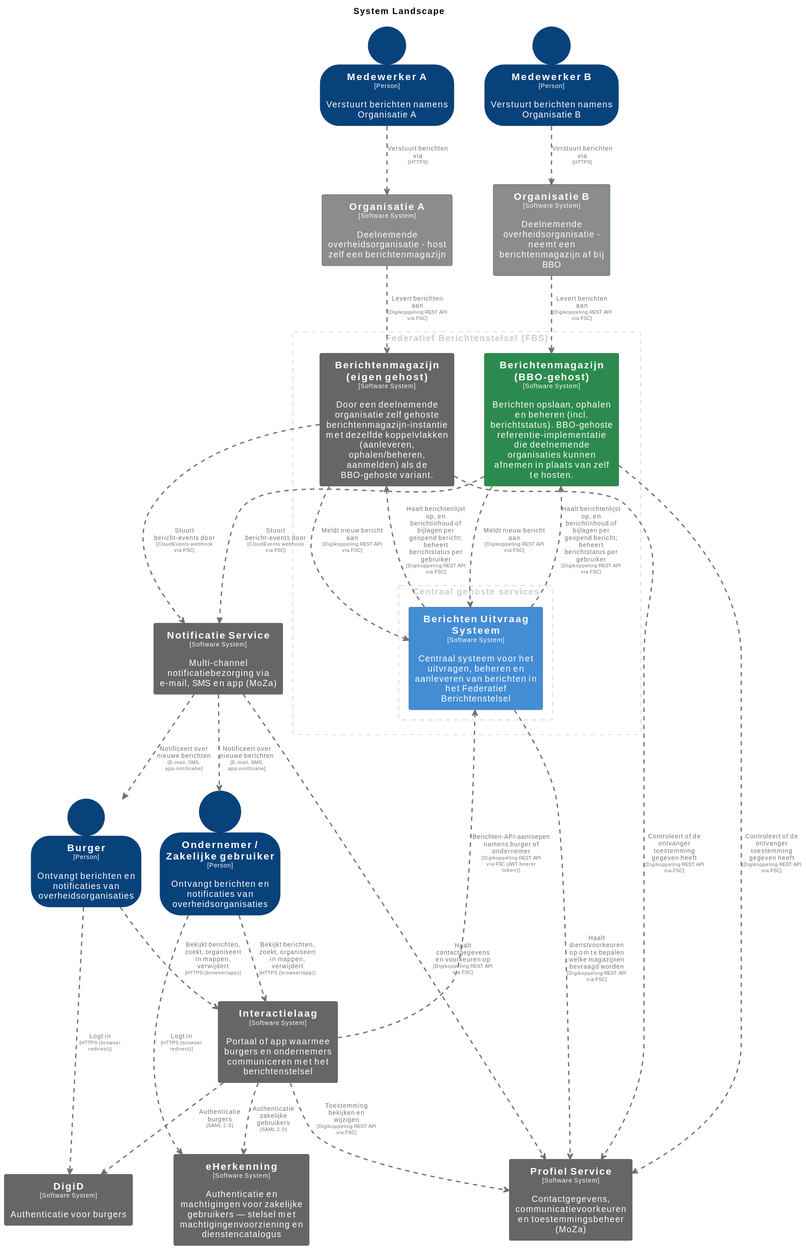
This is pr-preview/pr-361/master/svg/SystemLandscape.svg from MinBZK/moza-poc-fbs-berichtenbox, a PlantUML export, as it was before one commit. Its source is kept beside it as pr-preview/pr-361/master/puml/SystemLandscape.puml.
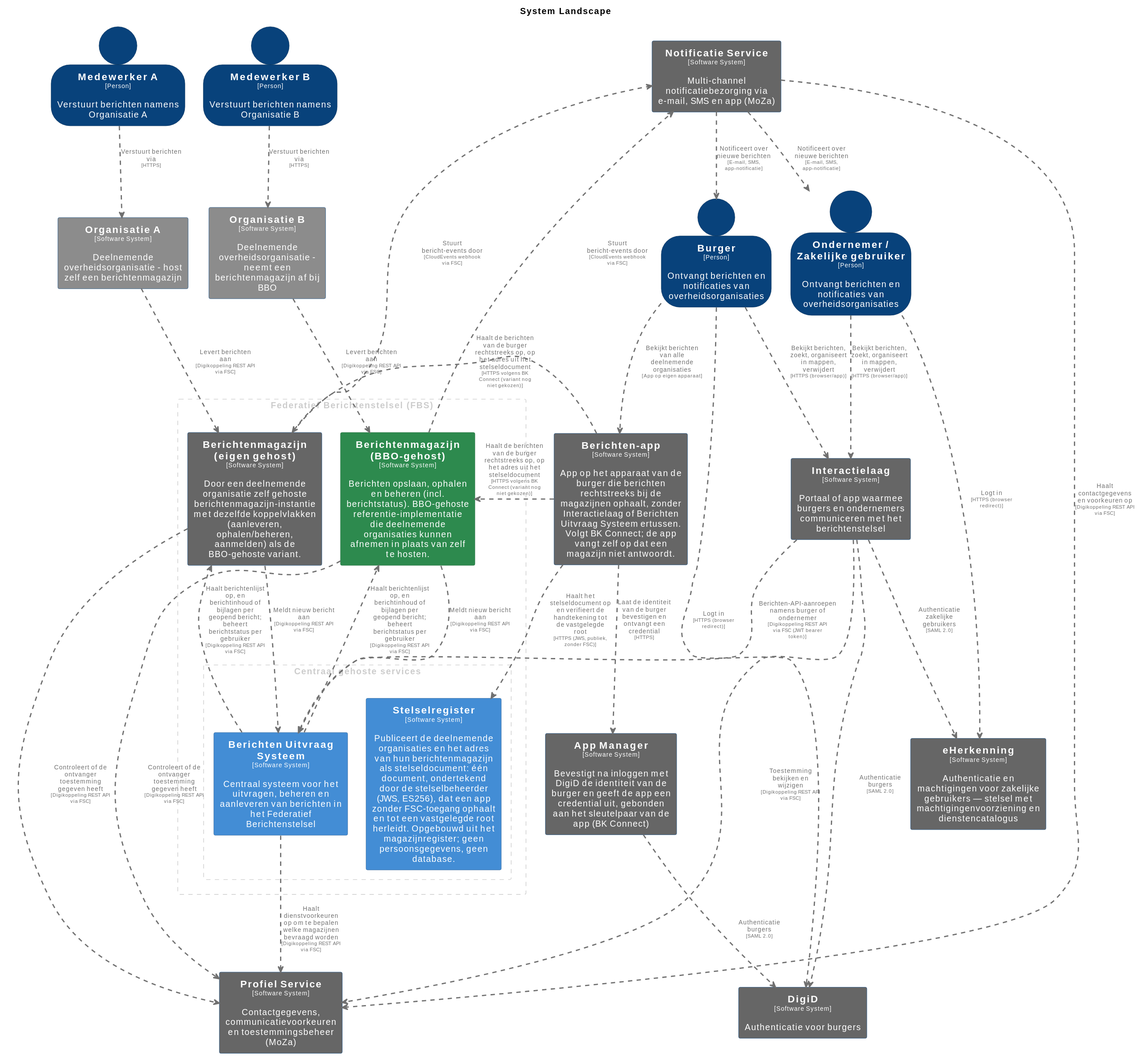
After the change.

What changed in the source:
```diff
@@ -15,10 +15,22 @@
 
 hide stereotype
 
+skinparam rectangle<<AppManager>> {
+  BackgroundColor #666666
+  FontColor #ffffff
+  BorderColor #0b4884
+  shadowing false
+}
 skinparam rectangle<<BerichtenUitvraagSysteem>> {
   BackgroundColor #438dd5
   FontColor #ffffff
   BorderColor #2e6295
+  shadowing false
+}
+skinparam rectangle<<Berichtenapp>> {
+  BackgroundColor #666666
+  FontColor #ffffff
+  BorderColor #0b4884
   shadowing false
 }
 skinparam rectangle<<BerichtenmagazijnBBOgehost>> {
@@ -93,6 +105,12 @@
   BorderColor #0b4884
   shadowing false
 }
+skinparam rectangle<<Stelselregister>> {
+  BackgroundColor #438dd5
+  FontColor #ffffff
+  BorderColor #2e6295
+  shadowing false
+}
 skinparam rectangle<<eHerkenning>> {
   BackgroundColor #666666
   FontColor #ffffff
@@ -113,12 +131,14 @@
       skinparam RectangleBorderStyle<<group2>> dashed
 
       rectangle "==Berichten Uitvraag Systeem\n<size:10>[Software System]</size>\n\nCentraal systeem voor het uitvragen, beheren en aanleveren van berichten in het Federatief Berichtenstelsel" <<BerichtenUitvraagSysteem>> as BerichtenUitvraagSysteem
+      rectangle "==Stelselregister\n<size:10>[Software System]</size>\n\nPubliceert de deelnemende organisaties en het adres van hun berichtenmagazijn als stelseldocument: één document, ondertekend door de stelselbeheerder (JWS, ES256), dat een app zonder FSC-toegang ophaalt en tot een vastgelegde root herleidt. Opgebouwd uit het magazijnregister; geen persoonsgegevens, geen database." <<Stelselregister>> as Stelselregister
     }
 
 }
 
 person "==Burger\n<size:10>[Person]</size>\n\nOntvangt berichten en notificaties van overheidsorganisaties" <<Burger>> as Burger
 rectangle "==Organisatie A\n<size:10>[Software System]</size>\n\nDeelnemende overheidsorganisatie - host zelf een berichtenmagazijn" <<OrganisatieA>> as OrganisatieA
+rectangle "==App Manager\n<size:10>[Software System]</size>\n\nBevestigt na inloggen met DigiD de identiteit van de burger en geeft de app een credential uit, gebonden aan het sleutelpaar van de app (BK Connect)" <<AppManager>> as AppManager
 rectangle "==Organisatie B\n<size:10>[Software System]</size>\n\nDeelnemende overheidsorganisatie - neemt een berichtenmagazijn af bij BBO" <<OrganisatieB>> as OrganisatieB
 person "==Ondernemer / Zakelijke gebruiker\n<size:10>[Person]</size>\n\nOntvangt berichten en notificaties van overheidsorganisaties" <<OndernemerZakelijkegebruiker>> as OndernemerZakelijkegebruiker
 person "==Medewerker A\n<size:10>[Person]</size>\n\nVerstuurt berichten namens Organisatie A" <<MedewerkerA>> as MedewerkerA
@@ -128,6 +148,7 @@
 rectangle "==Interactielaag\n<size:10>[Software System]</size>\n\nPortaal of app waarmee burgers en ondernemers communiceren met het berichtenstelsel" <<Interactielaag>> as Interactielaag
 rectangle "==eHerkenning\n<size:10>[Software System]</size>\n\nAuthenticatie en machtigingen voor zakelijke gebruikers — stelsel met machtigingenvoorziening en dienstencatalogus" <<eHerkenning>> as eHerkenning
 rectangle "==DigiD\n<size:10>[Software System]</size>\n\nAuthenticatie voor burgers" <<DigiD>> as DigiD
+rectangle "==Berichten-app\n<size:10>[Software System]</size>\n\nApp op het apparaat van de burger die berichten rechtstreeks bij de magazijnen ophaalt, zonder Interactielaag of Berichten Uitvraag Systeem ertussen. Volgt BK Connect; de app vangt zelf op dat een magazijn niet antwoordt." <<Berichtenapp>> as Berichtenapp
 
 MedewerkerA .[#707070,thickness=2].> OrganisatieA : "<color:#707070>Verstuurt berichten via\n<color:#707070><size:8>[HTTPS]</size>"
 MedewerkerB .[#707070,thickness=2].> OrganisatieB : "<color:#707070>Verstuurt berichten via\n<color:#707070><size:8>[HTTPS]</size>"
@@ -141,6 +162,12 @@
 Interactielaag .[#707070,thickness=2].> ProfielService : "<color:#707070>Toestemming bekijken en wijzigen\n<color:#707070><size:8>[Digikoppeling REST API via FSC]</size>"
 Interactielaag .[#707070,thickness=2].> DigiD : "<color:#707070>Authenticatie burgers\n<color:#707070><size:8>[SAML 2.0]</size>"
 Interactielaag .[#707070,thickness=2].> eHerkenning : "<color:#707070>Authenticatie zakelijke gebruikers\n<color:#707070><size:8>[SAML 2.0]</size>"
+Burger .[#707070,thickness=2].> Berichtenapp : "<color:#707070>Bekijkt berichten van alle deelnemende organisaties\n<color:#707070><size:8>[App op eigen apparaat]</size>"
+Berichtenapp .[#707070,thickness=2].> AppManager : "<color:#707070>Laat de identiteit van de burger bevestigen en ontvangt een credential\n<color:#707070><size:8>[HTTPS]</size>"
+AppManager .[#707070,thickness=2].> DigiD : "<color:#707070>Authenticatie burgers\n<color:#707070><size:8>[SAML 2.0]</size>"
+Berichtenapp .[#707070,thickness=2].> Stelselregister : "<color:#707070>Haalt het stelseldocument op en verifieert de handtekening tot de vastgelegde root\n<color:#707070><size:8>[HTTPS (JWS, publiek, zonder FSC)]</size>"
+Berichtenapp .[#707070,thickness=2].> BerichtenmagazijnBBOgehost : "<color:#707070>Haalt de berichten van de burger rechtstreeks op, op het adres uit het stelseldocument\n<color:#707070><size:8>[HTTPS volgens BK Connect (variant nog niet gekozen)]</size>"
+Berichtenapp .[#707070,thickness=2].> Berichtenmagazijneigengehost : "<color:#707070>Haalt de berichten van de burger rechtstreeks op, op het adres uit het stelseldocument\n<color:#707070><size:8>[HTTPS volgens BK Connect (variant nog niet gekozen)]</size>"
 BerichtenUitvraagSysteem .[#707070,thickness=2].> BerichtenmagazijnBBOgehost : "<color:#707070>Haalt berichtenlijst op, en berichtinhoud of bijlagen per geopend bericht; beheert berichtstatus per gebruiker\n<color:#707070><size:8>[Digikoppeling REST API via FSC]</size>"
 BerichtenUitvraagSysteem .[#707070,thickness=2].> Berichtenmagazijneigengehost : "<color:#707070>Haalt berichtenlijst op, en berichtinhoud of bijlagen per geopend bericht; beheert berichtstatus per gebruiker\n<color:#707070><size:8>[Digikoppeling REST API via FSC]</size>"
 BerichtenmagazijnBBOgehost .[#707070,thickness=2].> BerichtenUitvraagSysteem : "<color:#707070>Meldt nieuw bericht aan\n<color:#707070><size:8>[Digikoppeling REST API via FSC]</size>"
```
